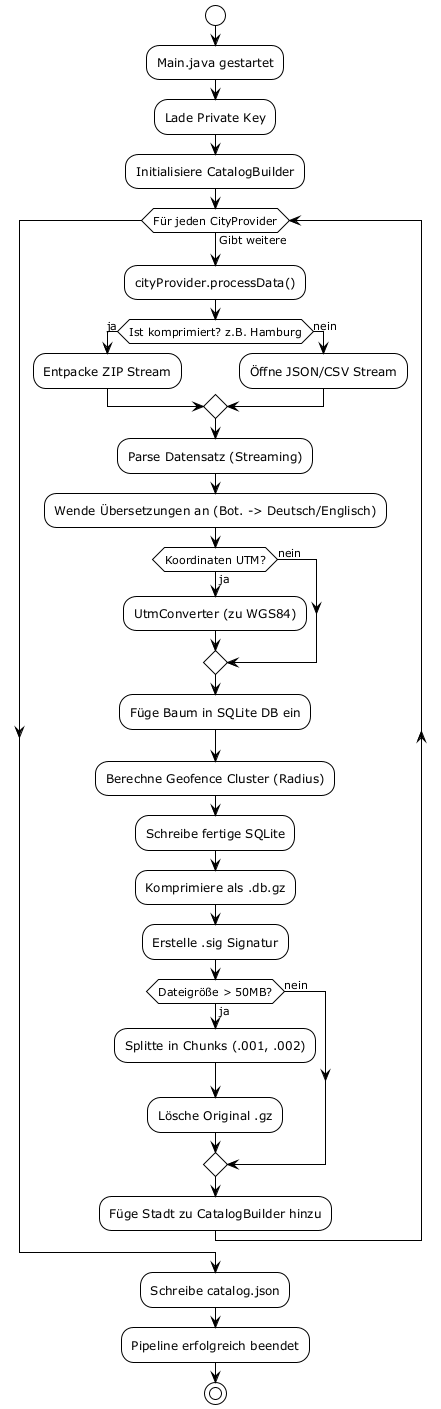
matthili/BaumRadar keeps this PlantUML diagram as docs/architecture/02_data_ingestion.png. Above is the earlier version. Source of this version:
```plantuml
@startuml
!theme plain
start

:Main.java gestartet;
:Lade Private Key;
:Initialisiere CatalogBuilder;

while (Für jeden CityProvider) is (Gibt weitere)
  :cityProvider.processData();

  if (Ist komprimiert? z.B. Hamburg) then (ja)
    :Entpacke ZIP Stream;
  else (nein)
    :Öffne JSON/CSV Stream;
  endif

  :Parse Datensatz (Streaming);
  :Wende Übersetzungen an (Bot. -> Deutsch/Englisch);

  if (Koordinaten UTM?) then (ja)
    :UtmConverter (zu WGS84);
  else (nein)
  endif

  :Füge Baum in SQLite DB ein;
  :Berechne Geofence Cluster (Radius);

  :Schreibe fertige SQLite;
  :Komprimiere als .db.gz;
  :Erstelle .sig Signatur;

  if (Dateigröße > 50MB?) then (ja)
    :Splitte in Chunks (.001, .002);
    :Lösche Original .gz;
  else (nein)
  endif

  :Füge Stadt zu CatalogBuilder hinzu;
endwhile

:Schreibe catalog.json;
:Pipeline erfolgreich beendet;

stop
@enduml
```
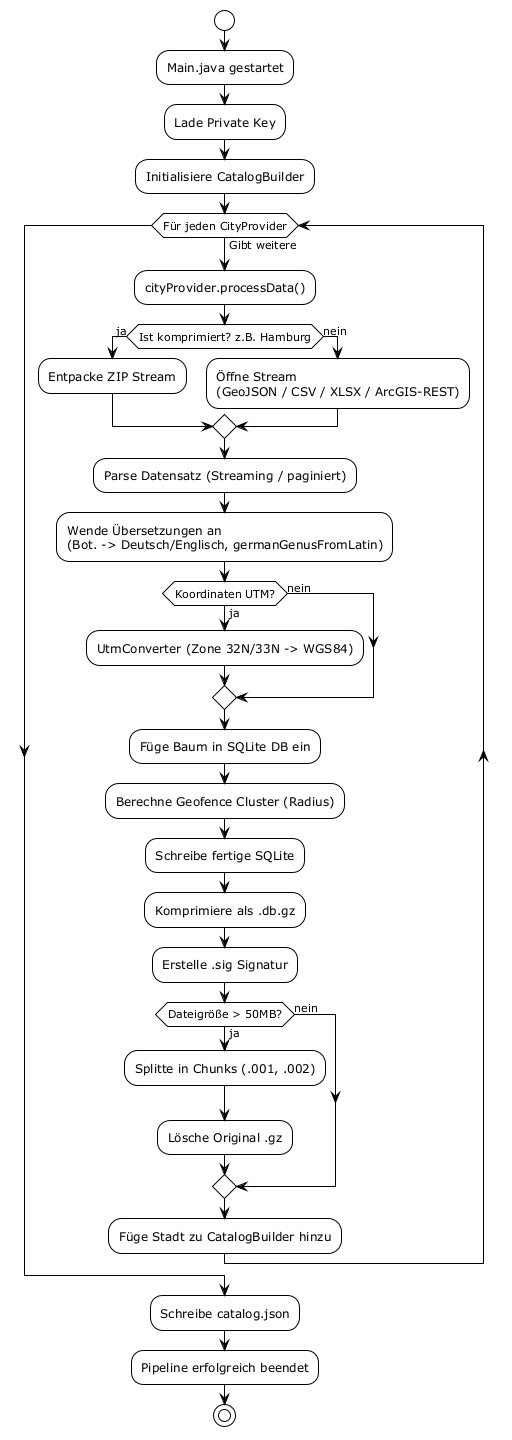
The same file after the commit.

The edit, as a diff of the source:
```diff
@@ -12,14 +12,14 @@
   if (Ist komprimiert? z.B. Hamburg) then (ja)
     :Entpacke ZIP Stream;
   else (nein)
-    :Öffne JSON/CSV Stream;
+    :Öffne Stream\n(GeoJSON / CSV / XLSX / ArcGIS-REST);
   endif
 
-  :Parse Datensatz (Streaming);
-  :Wende Übersetzungen an (Bot. -> Deutsch/Englisch);
+  :Parse Datensatz (Streaming / paginiert);
+  :Wende Übersetzungen an\n(Bot. -> Deutsch/Englisch, germanGenusFromLatin);
 
   if (Koordinaten UTM?) then (ja)
-    :UtmConverter (zu WGS84);
+    :UtmConverter (Zone 32N/33N -> WGS84);
   else (nein)
   endif
 
```
